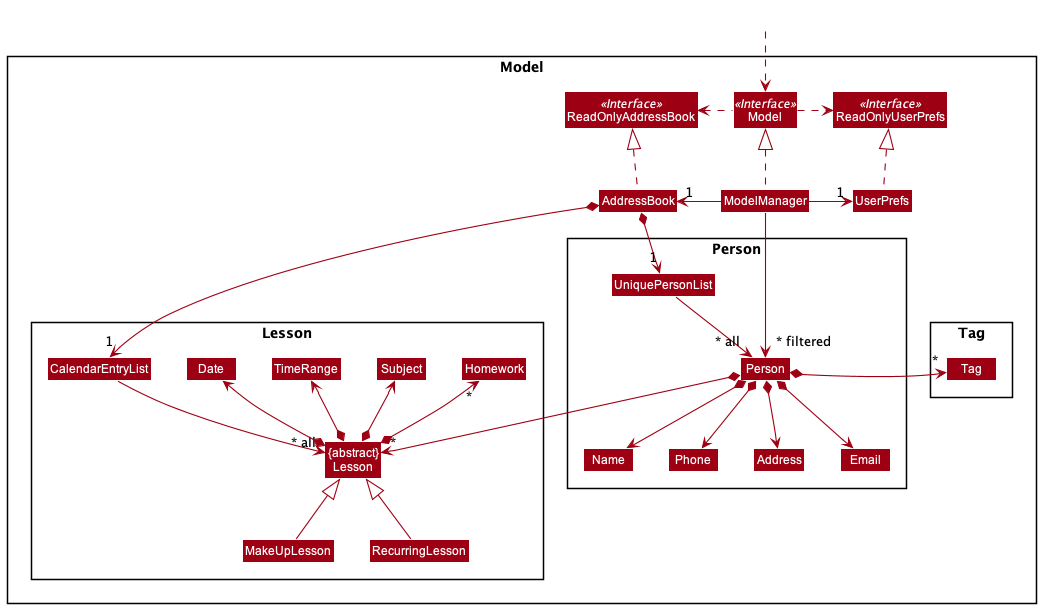
Earlier version of the PlantUML export docs/images/ModelClassDiagram.png (nus-cs2103-AY2122S1/tp).
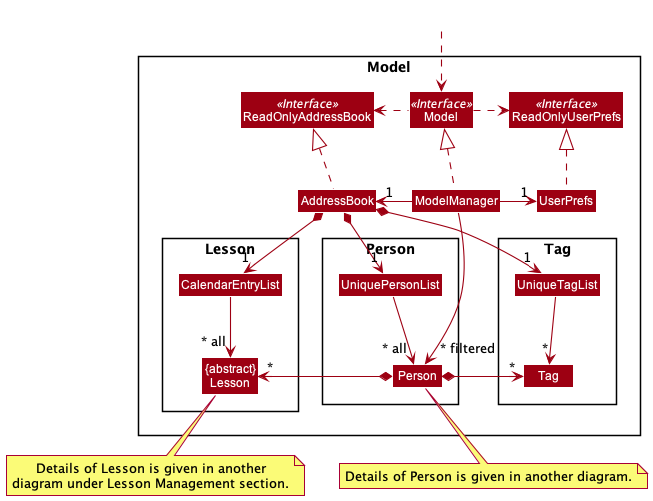
The same diagram one commit later.

The edit, as a diff of the source:
```diff
@@ -19,13 +19,10 @@
 package "Person" {
     Class UniquePersonList
     Class Person
-    Class Address
-    Class Email
-    Class Name
-    Class Phone
 }
 
 package "Tag" {
+    Class UniqueTagList
     Class Tag
 }
 
@@ -33,12 +30,6 @@
 package "Lesson" {
     Class CalendarEntryList
     Class "{abstract}\nLesson" as Lesson
-    Class RecurringLesson
-    Class MakeUpLesson
-    Class Date
-    Class TimeRange
-    Class Subject
-    Class Homework
 }
 
 }
@@ -57,29 +48,27 @@
 
 AddressBook *--> "1" UniquePersonList
 UniquePersonList --> "~* all" Person
-Person *--> Name
-Person *--> Phone
-Person *--> Email
-Person *--> Address
 Person *--> "*" Tag
 Person *--> "*" Lesson
 
 AddressBook *--> "1" CalendarEntryList
 CalendarEntryList --> "~* all" Lesson
-RecurringLesson -up-|> Lesson
-MakeUpLesson -up-|> Lesson
 
-Lesson *-up-> Date
-Lesson *-up-> TimeRange
-Lesson *-up-> Subject
-Lesson *-up-> "*" Homework
+note bottom
+Details of Lesson is given in another
+diagram under Lesson Management section.
+end note
 
-MakeUpLesson -[hidden]right-> RecurringLesson
+AddressBook *--> "1" UniqueTagList
+UniqueTagList --> "~*" Tag
 
+UniqueTagList -[hidden]right-> UniquePersonList
+CalendarEntryList -[hidden]right-> UniquePersonList
 
-Name -[hidden]right-> Phone
-Phone -[hidden]right-> Address
-Address -[hidden]right-> Email
-Tag -[hidden]right-> "Person"
 ModelManager -->"~* filtered" Person
+
+note bottom
+Details of Person is given in another diagram.
+end note
+
 @enduml
```
